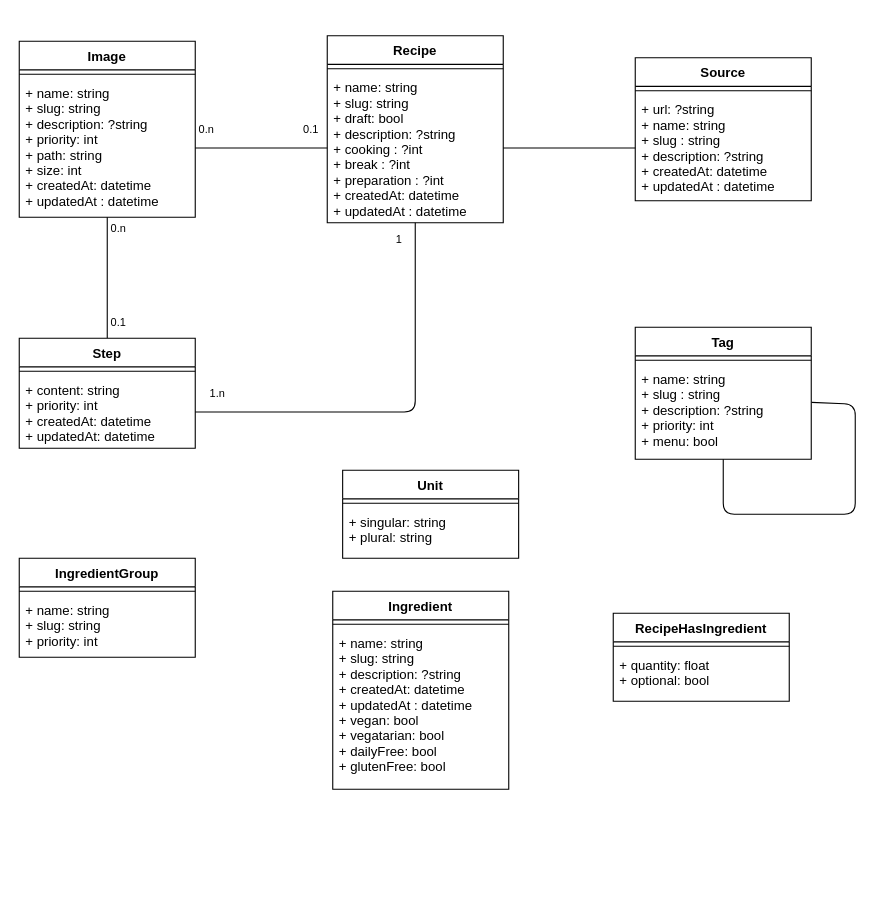
Above: docs/UML/mcd.drawio in Dens26/drakolab_symfony_vuejs_app (draw.io), before the change. Source tidied: cells renumbered, new cells numbered last; positions are measured from the earlier drawing's top-left corner, leaving out a move shared by most shapes. Both pictures are drawn from the tidied source at 110%, with x=0, y=0 at pixel (19, 35).
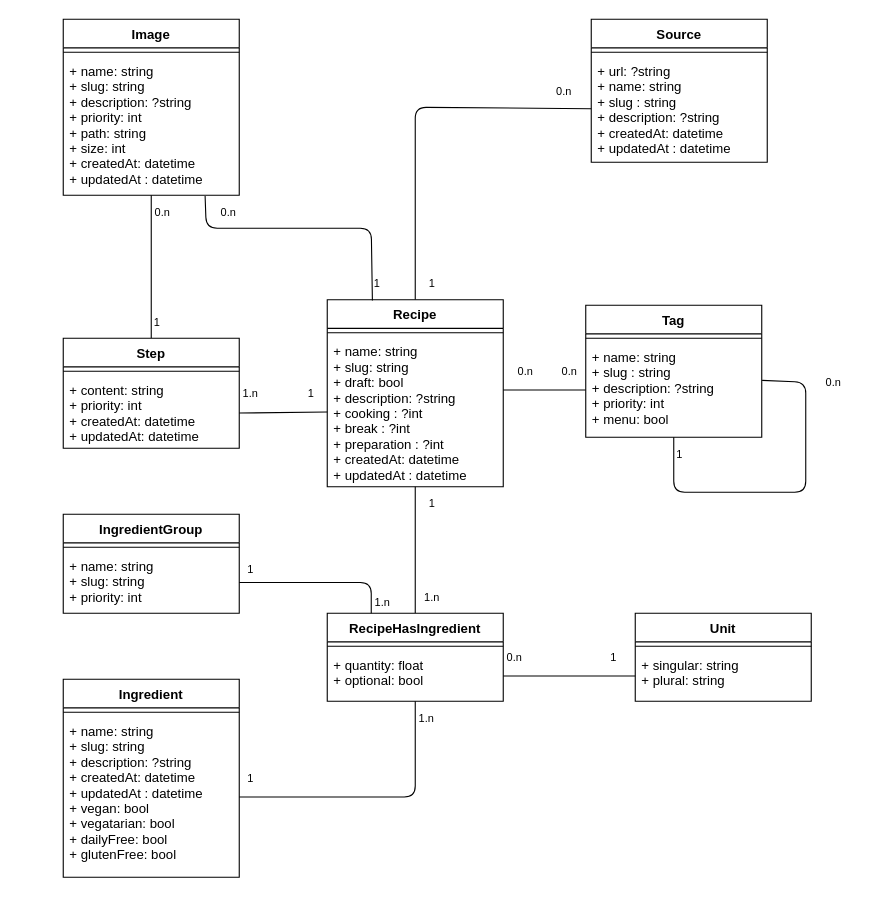
The same diagram, later.

Unchanged cells that the change refers to:
```xml
<mxCell id="4" value="+ name: string&#10;+ slug: string&#10;+ description: ?string&#10;+ priority: int&#10;+ path: string&#10;+ size: int&#10;+ createdAt: datetime&#10;+ updatedAt : datetime" style="text;strokeColor=none;fillColor=none;align=left;verticalAlign=top;spacingLeft=4;spacingRight=4;overflow=hidden;points=[[0,0.5],[1,0.5]];portConstraint=eastwest;" parent="2" vertex="1">
  <mxGeometry y="34" width="160" height="126" as="geometry" />
</mxCell>
<mxCell id="7" value="+ url: ?string&#10;+ name: string&#10;+ slug : string&#10;+ description: ?string&#10;+ createdAt: datetime&#10;+ updatedAt : datetime" style="text;strokeColor=none;fillColor=none;align=left;verticalAlign=top;spacingLeft=4;spacingRight=4;overflow=hidden;points=[[0,0.5],[1,0.5]];portConstraint=eastwest;" parent="5" vertex="1">
  <mxGeometry y="34" width="160" height="96" as="geometry" />
</mxCell>
<mxCell id="11" value="+ content: string&#10;+ priority: int&#10;+ createdAt: datetime&#10;+ updatedAt: datetime" style="text;strokeColor=none;fillColor=none;align=left;verticalAlign=top;spacingLeft=4;spacingRight=4;overflow=hidden;points=[[0,0.5],[1,0.5]];portConstraint=eastwest;" parent="9" vertex="1">
  <mxGeometry y="34" width="160" height="66" as="geometry" />
</mxCell>
<mxCell id="14" value="+ name: string&#10;+ slug: string&#10;+ draft: bool&#10;+ description: ?string&#10;+ cooking : ?int&#10;+ break : ?int&#10;+ preparation : ?int&#10;+ createdAt: datetime&#10;+ updatedAt : datetime" style="text;strokeColor=none;fillColor=none;align=left;verticalAlign=top;spacingLeft=4;spacingRight=4;overflow=hidden;points=[[0,0.5],[1,0.5]];portConstraint=eastwest;" parent="12" vertex="1">
  <mxGeometry y="34" width="160" height="136" as="geometry" />
</mxCell>
<mxCell id="17" value="+ name: string&#10;+ slug : string&#10;+ description: ?string&#10;+ priority: int&#10;+ menu: bool" style="text;strokeColor=none;fillColor=none;align=left;verticalAlign=top;spacingLeft=4;spacingRight=4;overflow=hidden;points=[[0,0.5],[1,0.5]];portConstraint=eastwest;" parent="15" vertex="1">
  <mxGeometry y="34" width="160" height="86" as="geometry" />
</mxCell>
<mxCell id="21" value="+ name: string&#10;+ slug: string&#10;+ priority: int" style="text;strokeColor=none;fillColor=none;align=left;verticalAlign=top;spacingLeft=4;spacingRight=4;overflow=hidden;points=[[0,0.5],[1,0.5]];portConstraint=eastwest;" parent="19" vertex="1">
  <mxGeometry y="34" width="160" height="56" as="geometry" />
</mxCell>
<mxCell id="24" value="+ quantity: float&#10;+ optional: bool" style="text;strokeColor=none;fillColor=none;align=left;verticalAlign=top;spacingLeft=4;spacingRight=4;overflow=hidden;points=[[0,0.5],[1,0.5]];portConstraint=eastwest;" parent="22" vertex="1">
  <mxGeometry y="34" width="160" height="46" as="geometry" />
</mxCell>
<mxCell id="27" value="+ singular: string&#10;+ plural: string" style="text;strokeColor=none;fillColor=none;align=left;verticalAlign=top;spacingLeft=4;spacingRight=4;overflow=hidden;points=[[0,0.5],[1,0.5]];portConstraint=eastwest;" parent="25" vertex="1">
  <mxGeometry y="34" width="160" height="46" as="geometry" />
</mxCell>
<mxCell id="30" value="+ name: string&#10;+ slug: string&#10;+ description: ?string&#10;+ createdAt: datetime&#10;+ updatedAt : datetime&#10;+ vegan: bool&#10;+ vegatarian: bool&#10;+ dailyFree: bool&#10;+ glutenFree: bool" style="text;strokeColor=none;fillColor=none;align=left;verticalAlign=top;spacingLeft=4;spacingRight=4;overflow=hidden;points=[[0,0.5],[1,0.5]];portConstraint=eastwest;" parent="28" vertex="1">
  <mxGeometry y="34" width="160" height="146" as="geometry" />
</mxCell>
```

Change to the diagram source:
```diff
@@
     <mxCell id="2" value="Image" style="swimlane;fontStyle=1;align=center;verticalAlign=top;horizontal=1;startSize=26;" parent="1" vertex="1">
-      <mxGeometry y="5" width="160" height="160" as="geometry" />
+      <mxGeometry x="40" y="-15" width="160" height="160" as="geometry" />
     </mxCell>
@@
     <mxCell id="5" value="Source" style="swimlane;fontStyle=1;align=center;verticalAlign=top;horizontal=1;startSize=26;" parent="1" vertex="1">
-      <mxGeometry x="560" y="20" width="160" height="130" as="geometry" />
+      <mxGeometry x="520" y="-15" width="160" height="130" as="geometry" />
     </mxCell>
@@
     <mxCell id="9" value="Step" style="swimlane;fontStyle=1;align=center;verticalAlign=top;horizontal=1;startSize=26;" parent="1" vertex="1">
-      <mxGeometry y="275" width="160" height="100" as="geometry" />
+      <mxGeometry x="40" y="275" width="160" height="100" as="geometry" />
     </mxCell>
@@
+    <mxCell id="40" style="edgeStyle=none;html=1;exitX=0.5;exitY=0;exitDx=0;exitDy=0;endArrow=none;endFill=0;" parent="1" edge="1" source="12" target="7">
+      <mxGeometry relative="1" as="geometry">
+        <Array as="points">
+          <mxPoint x="360" y="65" />
+        </Array>
+      </mxGeometry>
+    </mxCell>
     <mxCell id="12" value="Recipe" style="swimlane;fontStyle=1;align=center;verticalAlign=top;horizontal=1;startSize=26;" parent="1" vertex="1">
-      <mxGeometry x="280" width="160" height="170" as="geometry" />
+      <mxGeometry x="280" y="240" width="160" height="170" as="geometry" />
     </mxCell>
@@
     <mxCell id="15" value="Tag" style="swimlane;fontStyle=1;align=center;verticalAlign=top;horizontal=1;startSize=26;" parent="1" vertex="1">
-      <mxGeometry x="560" y="265" width="160" height="120" as="geometry" />
+      <mxGeometry x="515" y="245" width="160" height="120" as="geometry" />
     </mxCell>
@@
     <mxCell id="19" value="IngredientGroup" style="swimlane;fontStyle=1;align=center;verticalAlign=top;horizontal=1;startSize=26;" parent="1" vertex="1">
-      <mxGeometry y="475" width="160" height="90" as="geometry" />
+      <mxGeometry x="40" y="435" width="160" height="90" as="geometry" />
     </mxCell>
@@
+    <mxCell id="41" style="edgeStyle=none;html=1;exitX=0.5;exitY=0;exitDx=0;exitDy=0;fontSize=10;endArrow=none;endFill=0;" parent="1" edge="1" source="22" target="14">
+      <mxGeometry relative="1" as="geometry" />
+    </mxCell>
     <mxCell id="22" value="RecipeHasIngredient" style="swimlane;fontStyle=1;align=center;verticalAlign=top;horizontal=1;startSize=26;" parent="1" vertex="1">
-      <mxGeometry x="540" y="525" width="160" height="80" as="geometry" />
+      <mxGeometry x="280" y="525" width="160" height="80" as="geometry" />
     </mxCell>
@@
     <mxCell id="25" value="Unit" style="swimlane;fontStyle=1;align=center;verticalAlign=top;horizontal=1;startSize=26;" parent="1" vertex="1">
-      <mxGeometry x="294" y="395" width="160" height="80" as="geometry" />
+      <mxGeometry x="560" y="525" width="160" height="80" as="geometry" />
     </mxCell>
@@
     <mxCell id="28" value="Ingredient" style="swimlane;fontStyle=1;align=center;verticalAlign=top;horizontal=1;startSize=26;" parent="1" vertex="1">
-      <mxGeometry x="285" y="505" width="160" height="180" as="geometry" />
+      <mxGeometry x="40" y="585" width="160" height="180" as="geometry" />
     </mxCell>
@@
-    <mxCell id="31" style="edgeStyle=none;html=1;exitX=1;exitY=0.5;exitDx=0;exitDy=0;endArrow=none;endFill=0;" parent="1" edge="1" source="4" target="14">
-      <mxGeometry relative="1" as="geometry" />
+    <mxCell id="31" style="edgeStyle=none;html=1;endArrow=none;endFill=0;exitX=0.806;exitY=1.006;exitDx=0;exitDy=0;exitPerimeter=0;entryX=0.368;entryY=1.021;entryDx=0;entryDy=0;entryPerimeter=0;" parent="1" edge="1" source="4" target="39">
+      <mxGeometry relative="1" as="geometry">
+        <Array as="points">
+          <mxPoint x="170" y="175" />
+          <mxPoint x="320" y="175" />
+        </Array>
+      </mxGeometry>
     </mxCell>
     <mxCell id="32" value="&lt;font style=&quot;font-size: 10px;&quot;&gt;0.n&lt;/font&gt;" style="text;html=1;align=center;verticalAlign=middle;strokeColor=none;fillColor=none;" parent="1" vertex="1">
-      <mxGeometry x="150" y="70" width="40" height="30" as="geometry" />
+      <mxGeometry x="170" y="145" width="40" height="30" as="geometry" />
     </mxCell>
-    <mxCell id="33" value="0.1" style="text;html=1;align=center;verticalAlign=middle;strokeColor=none;fillColor=none;fontSize=10;" parent="1" vertex="1">
-      <mxGeometry x="245" y="70" width="40" height="30" as="geometry" />
+    <mxCell id="33" value="1" style="text;html=1;align=center;verticalAlign=middle;strokeColor=none;fillColor=none;fontSize=10;" parent="1" vertex="1">
+      <mxGeometry x="250" y="310" width="30" height="30" as="geometry" />
     </mxCell>
     <mxCell id="34" value="0.n" style="text;html=1;align=center;verticalAlign=middle;strokeColor=none;fillColor=none;fontSize=10;" parent="1" vertex="1">
-      <mxGeometry x="70" y="160" width="40" height="30" as="geometry" />
+      <mxGeometry x="110" y="145" width="40" height="30" as="geometry" />
     </mxCell>
-    <mxCell id="35" value="0.1" style="text;html=1;align=center;verticalAlign=middle;strokeColor=none;fillColor=none;fontSize=10;" parent="1" vertex="1">
-      <mxGeometry x="70" y="245" width="40" height="30" as="geometry" />
+    <mxCell id="35" value="1" style="text;html=1;align=center;verticalAlign=middle;strokeColor=none;fillColor=none;fontSize=10;" parent="1" vertex="1">
+      <mxGeometry x="110" y="245" width="30" height="30" as="geometry" />
     </mxCell>
-    <mxCell id="36" style="edgeStyle=none;html=1;exitX=0;exitY=0.5;exitDx=0;exitDy=0;fontSize=10;endArrow=none;endFill=0;" parent="1" edge="1" source="7" target="14">
-      <mxGeometry relative="1" as="geometry" />
-    </mxCell>
-    <mxCell id="37" style="edgeStyle=none;html=1;exitX=1;exitY=0.5;exitDx=0;exitDy=0;endArrow=none;endFill=0;" parent="1" edge="1" source="11" target="14">
+    <mxCell id="37" style="edgeStyle=none;html=1;endArrow=none;endFill=0;entryX=0;entryY=0.5;entryDx=0;entryDy=0;" parent="1" edge="1" target="14">
       <mxGeometry relative="1" as="geometry">
-        <Array as="points">
-          <mxPoint x="360" y="342" />
-        </Array>
+        <mxPoint x="200" y="343" as="sourcePoint" />
       </mxGeometry>
     </mxCell>
     <mxCell id="38" value="&lt;font style=&quot;font-size: 10px;&quot;&gt;1.n&lt;/font&gt;" style="text;html=1;align=center;verticalAlign=middle;strokeColor=none;fillColor=none;" parent="1" vertex="1">
-      <mxGeometry x="160" y="310" width="40" height="30" as="geometry" />
+      <mxGeometry x="190" y="310" width="40" height="30" as="geometry" />
     </mxCell>
     <mxCell id="39" value="&lt;font style=&quot;font-size: 10px;&quot;&gt;1&lt;/font&gt;" style="text;html=1;align=center;verticalAlign=middle;points=[];strokeColor=none;fillColor=none;" parent="1" vertex="1">
-      <mxGeometry x="330" y="170" width="30" height="30" as="geometry" />
+      <mxGeometry x="310" y="210" width="30" height="30" as="geometry" />
     </mxCell>
+    <mxCell id="42" value="&lt;font style=&quot;font-size: 10px;&quot;&gt;0.n&lt;/font&gt;" style="text;html=1;align=center;verticalAlign=middle;strokeColor=none;fillColor=none;" parent="1" vertex="1">
+      <mxGeometry x="475" y="35" width="40" height="30" as="geometry" />
+    </mxCell>
+    <mxCell id="43" value="1" style="text;html=1;align=center;verticalAlign=middle;strokeColor=none;fillColor=none;fontSize=10;" parent="1" vertex="1">
+      <mxGeometry x="360" y="210" width="30" height="30" as="geometry" />
+    </mxCell>
+    <mxCell id="44" value="1" style="text;html=1;align=center;verticalAlign=middle;strokeColor=none;fillColor=none;fontSize=10;" parent="1" vertex="1">
+      <mxGeometry x="585" y="365" width="30" height="30" as="geometry" />
+    </mxCell>
+    <mxCell id="45" value="0.n" style="text;html=1;align=center;verticalAlign=middle;strokeColor=none;fillColor=none;fontSize=10;" parent="1" vertex="1">
+      <mxGeometry x="720" y="300" width="40" height="30" as="geometry" />
+    </mxCell>
+    <mxCell id="46" style="edgeStyle=none;html=1;entryX=0;entryY=0.5;entryDx=0;entryDy=0;fontSize=10;endArrow=none;endFill=0;" parent="1" edge="1" target="17">
+      <mxGeometry relative="1" as="geometry">
+        <mxPoint x="440" y="322" as="sourcePoint" />
+      </mxGeometry>
+    </mxCell>
+    <mxCell id="47" value="0.n" style="text;html=1;align=center;verticalAlign=middle;strokeColor=none;fillColor=none;fontSize=10;" parent="1" vertex="1">
+      <mxGeometry x="440" y="290" width="40" height="30" as="geometry" />
+    </mxCell>
+    <mxCell id="48" value="0.n" style="text;html=1;align=center;verticalAlign=middle;strokeColor=none;fillColor=none;fontSize=10;" parent="1" vertex="1">
+      <mxGeometry x="480" y="290" width="40" height="30" as="geometry" />
+    </mxCell>
+    <mxCell id="49" style="edgeStyle=none;html=1;exitX=1;exitY=0.5;exitDx=0;exitDy=0;fontSize=10;endArrow=none;endFill=0;" parent="1" edge="1" source="30" target="24">
+      <mxGeometry relative="1" as="geometry">
+        <Array as="points">
+          <mxPoint x="360" y="692" />
+        </Array>
+      </mxGeometry>
+    </mxCell>
+    <mxCell id="50" style="edgeStyle=none;html=1;exitX=0;exitY=0.5;exitDx=0;exitDy=0;entryX=1;entryY=0.5;entryDx=0;entryDy=0;fontSize=10;endArrow=none;endFill=0;" parent="1" edge="1" source="27" target="24">
+      <mxGeometry relative="1" as="geometry" />
+    </mxCell>
+    <mxCell id="51" style="edgeStyle=none;html=1;exitX=1;exitY=0.5;exitDx=0;exitDy=0;entryX=0.25;entryY=0;entryDx=0;entryDy=0;fontSize=10;endArrow=none;endFill=0;" parent="1" edge="1" source="21" target="22">
+      <mxGeometry relative="1" as="geometry">
+        <Array as="points">
+          <mxPoint x="320" y="497" />
+        </Array>
+      </mxGeometry>
+    </mxCell>
+    <mxCell id="52" value="1" style="text;html=1;align=center;verticalAlign=middle;strokeColor=none;fillColor=none;fontSize=10;" parent="1" vertex="1">
+      <mxGeometry x="360" y="410" width="30" height="30" as="geometry" />
+    </mxCell>
+    <mxCell id="53" value="1.n" style="text;html=1;align=center;verticalAlign=middle;strokeColor=none;fillColor=none;fontSize=10;" parent="1" vertex="1">
+      <mxGeometry x="355" y="495" width="40" height="30" as="geometry" />
+    </mxCell>
+    <mxCell id="54" value="1" style="text;html=1;align=center;verticalAlign=middle;strokeColor=none;fillColor=none;fontSize=10;" parent="1" vertex="1">
+      <mxGeometry x="195" y="660" width="30" height="30" as="geometry" />
+    </mxCell>
+    <mxCell id="55" value="1.n" style="text;html=1;align=center;verticalAlign=middle;strokeColor=none;fillColor=none;fontSize=10;" parent="1" vertex="1">
+      <mxGeometry x="350" y="605" width="40" height="30" as="geometry" />
+    </mxCell>
+    <mxCell id="56" value="1" style="text;html=1;align=center;verticalAlign=middle;strokeColor=none;fillColor=none;fontSize=10;" parent="1" vertex="1">
+      <mxGeometry x="195" y="470" width="30" height="30" as="geometry" />
+    </mxCell>
+    <mxCell id="57" value="1.n" style="text;html=1;align=center;verticalAlign=middle;strokeColor=none;fillColor=none;fontSize=10;" parent="1" vertex="1">
+      <mxGeometry x="310" y="500" width="40" height="30" as="geometry" />
+    </mxCell>
+    <mxCell id="58" value="0.n" style="text;html=1;align=center;verticalAlign=middle;strokeColor=none;fillColor=none;fontSize=10;" parent="1" vertex="1">
+      <mxGeometry x="430" y="550" width="40" height="30" as="geometry" />
+    </mxCell>
+    <mxCell id="59" value="1" style="text;html=1;align=center;verticalAlign=middle;strokeColor=none;fillColor=none;fontSize=10;" parent="1" vertex="1">
+      <mxGeometry x="525" y="550" width="30" height="30" as="geometry" />
+    </mxCell>
```
